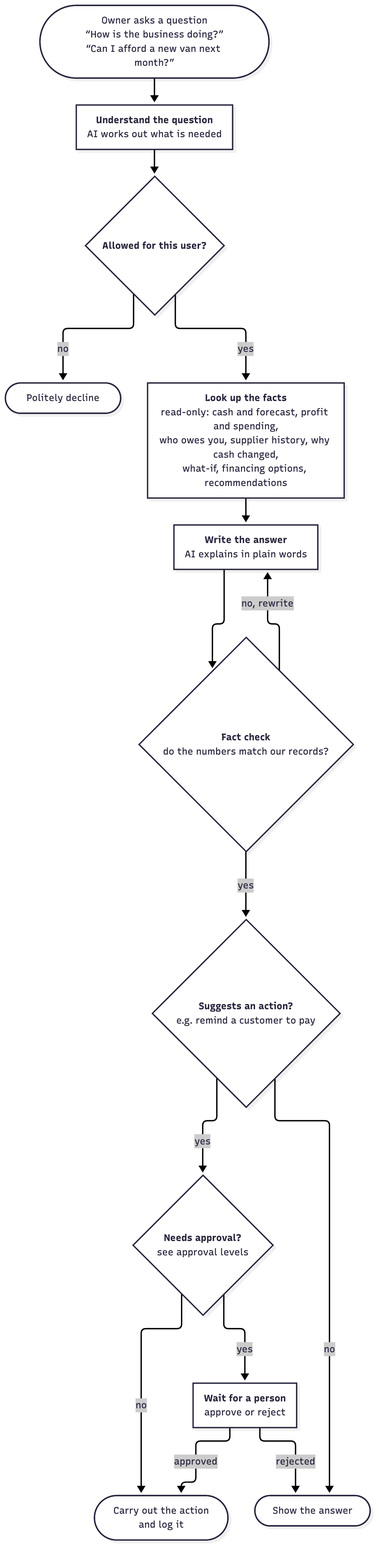
Earlier version of the Mermaid export docs/diagrams/copilot-graph.png (Rayaan-office/Fintech-2026). Its source is kept beside it as docs/diagrams/copilot-graph.mmd.
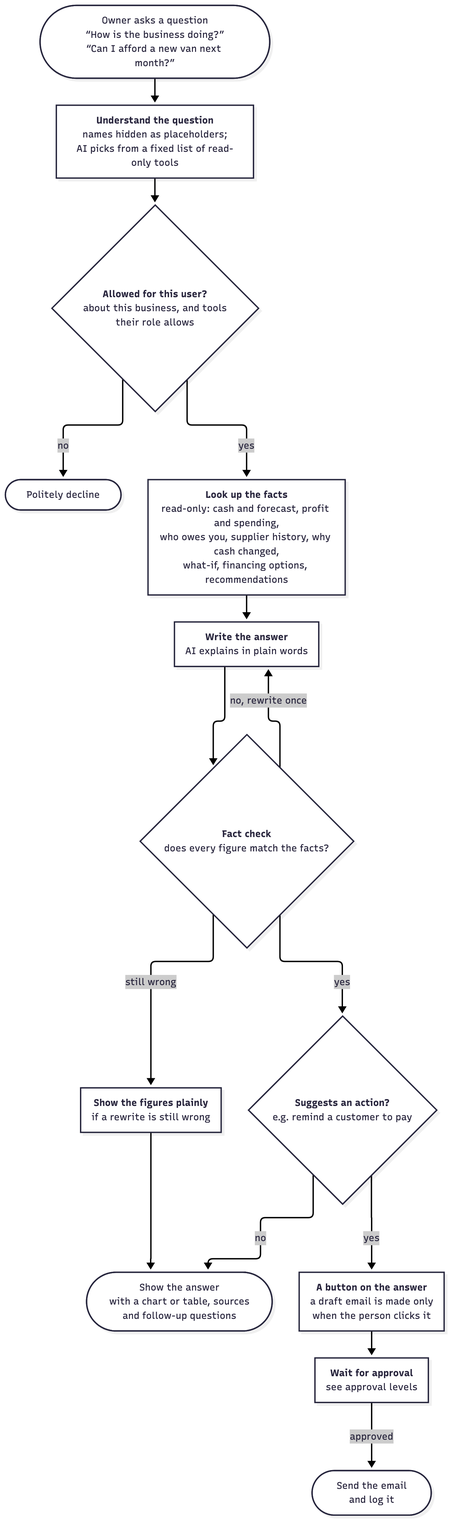
The same diagram one commit later.

The edit, as a diff of the source:
```diff
@@ -1,26 +1,25 @@
 %%{init: {"flowchart": {"wrappingWidth": 260}}}%%
 flowchart TD
   Q(["Owner asks a question<br/>“How is the business doing?”<br/>“Can I afford a new van next month?”"])
-  U["<b>Understand the question</b><br/>AI works out what is needed"]
-  SAFE{"<b>Allowed for this user?</b>"}
+  U["<b>Understand the question</b><br/>names hidden as placeholders;<br/>AI picks from a fixed list of read-only tools"]
+  SAFE{"<b>Allowed for this user?</b><br/>about this business, and tools<br/>their role allows"}
   NO(["Politely decline"])
   D["<b>Look up the facts</b><br/>read-only: cash and forecast, profit and spending,<br/>who owes you, supplier history, why cash changed,<br/>what-if, financing options, recommendations"]
   W["<b>Write the answer</b><br/>AI explains in plain words"]
-  V{"<b>Fact check</b><br/>do the numbers match our records?"}
+  V{"<b>Fact check</b><br/>does every figure match the facts?"}
+  F["<b>Show the figures plainly</b><br/>if a rewrite is still wrong"]
+  A(["Show the answer<br/>with a chart or table, sources<br/>and follow-up questions"])
   ACT{"<b>Suggests an action?</b><br/>e.g. remind a customer to pay"}
-  A(["Show the answer"])
-  G{"<b>Needs approval?</b><br/>see approval levels"}
-  P["<b>Wait for a person</b><br/>approve or reject"]
-  DO(["Carry out the action<br/>and log it"])
+  B["<b>A button on the answer</b><br/>a draft email is made only<br/>when the person clicks it"]
+  P["<b>Wait for approval</b><br/>see approval levels"]
+  DO(["Send the email<br/>and log it"])
 
   Q --> U --> SAFE
   SAFE -- "no" --> NO
   SAFE -- "yes" --> D --> W --> V
-  V -- "no, rewrite" --> W
+  V -- "no, rewrite once" --> W
+  V -- "still wrong" --> F --> A
   V -- "yes" --> ACT
   ACT -- "no" --> A
-  ACT -- "yes" --> G
-  G -- "no" --> DO
-  G -- "yes" --> P
+  ACT -- "yes" --> B --> P
   P -- "approved" --> DO
-  P -- "rejected" --> A
```
